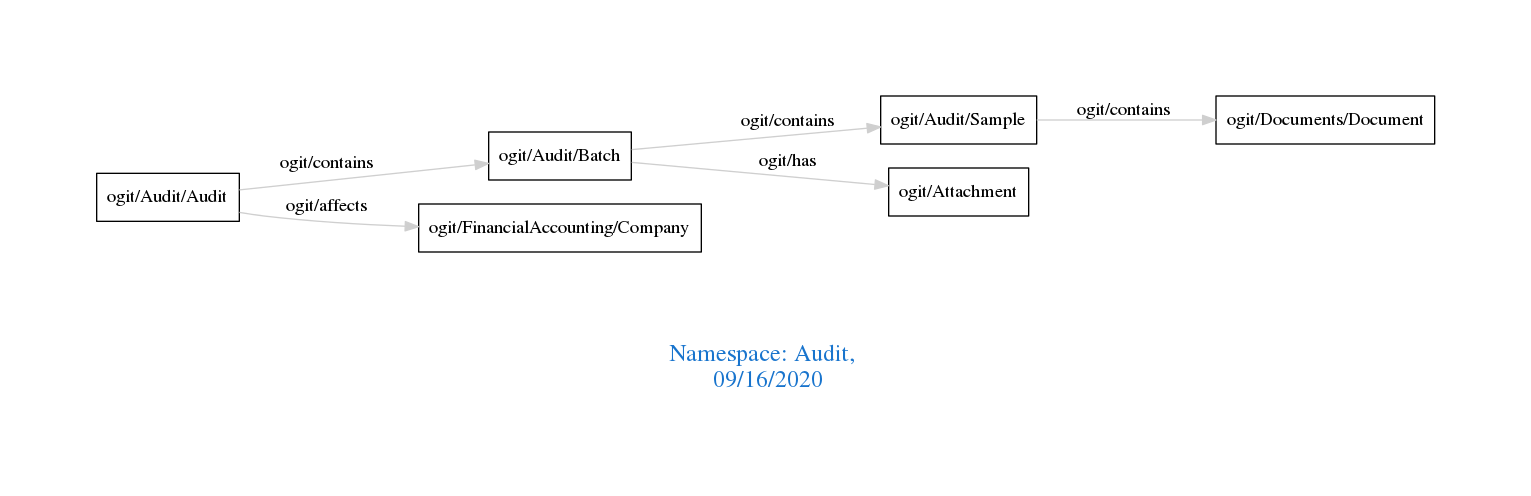
The Graphviz diagram downloads/Audit.png in arago/OGIT, before a commit. Its source is kept beside it as downloads/Audit.dot. Its diagram source:
```dot
digraph OGIT_ontology {
 graph [ rankdir= LR,pad=1
fontsize = 18,
fontcolor= dodgerblue3,label = "\n\n\nNamespace: Audit, \n 09/16/2020"];
node[shape=polygon];
edge [  color="gray81"];

   "ogit/Audit/Audit" -> "ogit/Audit/Batch" [label="   ogit/contains    "];
   "ogit/Audit/Batch" -> "ogit/Audit/Sample" [label="   ogit/contains    "];
   "ogit/Audit/Sample" -> "ogit/Documents/Document" [label="   ogit/contains    "];
   "ogit/Audit/Audit" -> "ogit/FinancialAccounting/Company" [label="   ogit/affects    "];
   "ogit/Audit/Batch" -> "ogit/Attachment" [label="   ogit/has    "];
}
```
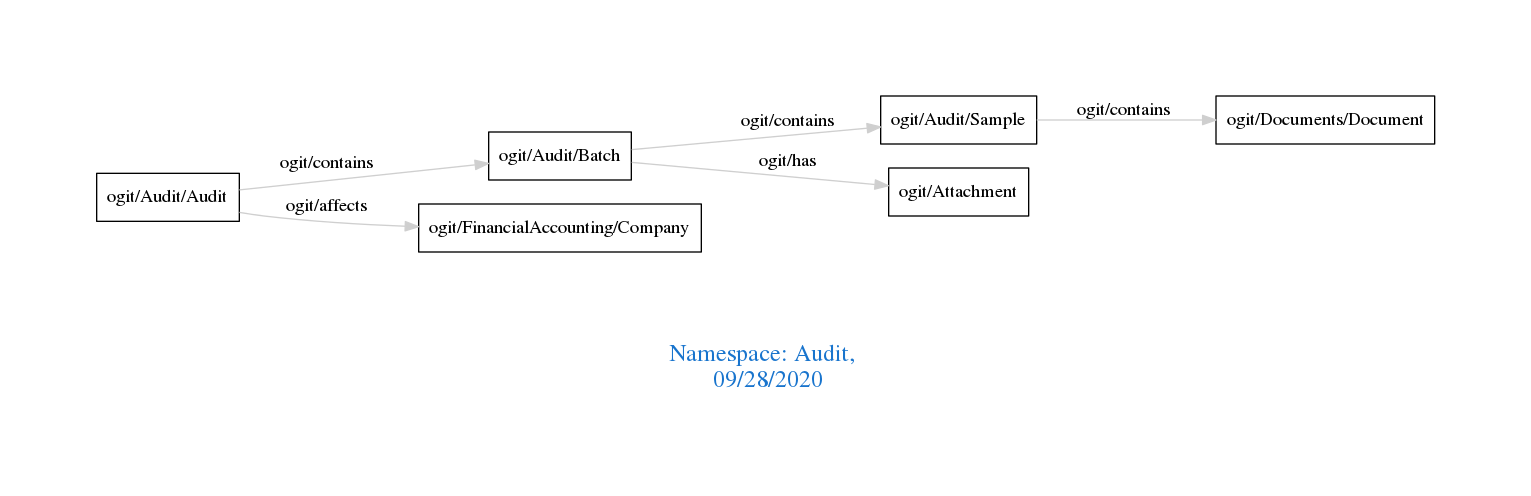
After the change.

What changed in the source:
```diff
@@ -1,7 +1,7 @@
 digraph OGIT_ontology {
  graph [ rankdir= LR,pad=1
 fontsize = 18,
-fontcolor= dodgerblue3,label = "\n\n\nNamespace: Audit, \n 09/16/2020"];
+fontcolor= dodgerblue3,label = "\n\n\nNamespace: Audit, \n 09/28/2020"];
 node[shape=polygon];
 edge [  color="gray81"];
 
```
